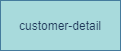
Above: Untitled Diagram.png in maialino123/Eproject-SEM3 (draw.io), before the change. Source tidied: cells renumbered, new cells last; positions are measured from the earlier drawing's top-left corner, leaving out a move shared by most shapes.
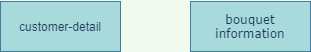
After the commit.

What changed in the source:
```diff
@@ -5,5 +5,8 @@
     <mxCell id="2" value="customer-detail" style="whiteSpace=wrap;html=1;align=center;rounded=0;sketch=0;fontColor=#1D3557;strokeColor=#457B9D;fillColor=#A8DADC;" parent="1" vertex="1">
       <mxGeometry width="120" height="50" as="geometry" />
     </mxCell>
+    <mxCell id="3" value="&lt;p class=&quot;MsoNormal&quot;&gt;&lt;span style=&quot;font-family: &amp;#34;verdana&amp;#34; , sans-serif&quot;&gt;bouquet&lt;br/&gt;information&lt;/span&gt;&lt;/p&gt;" style="whiteSpace=wrap;html=1;align=center;rounded=0;sketch=0;fontColor=#1D3557;strokeColor=#457B9D;fillColor=#A8DADC;" parent="1" vertex="1">
+      <mxGeometry x="190" width="120" height="50" as="geometry" />
+    </mxCell>
   </root>
 </mxGraphModel>
```
